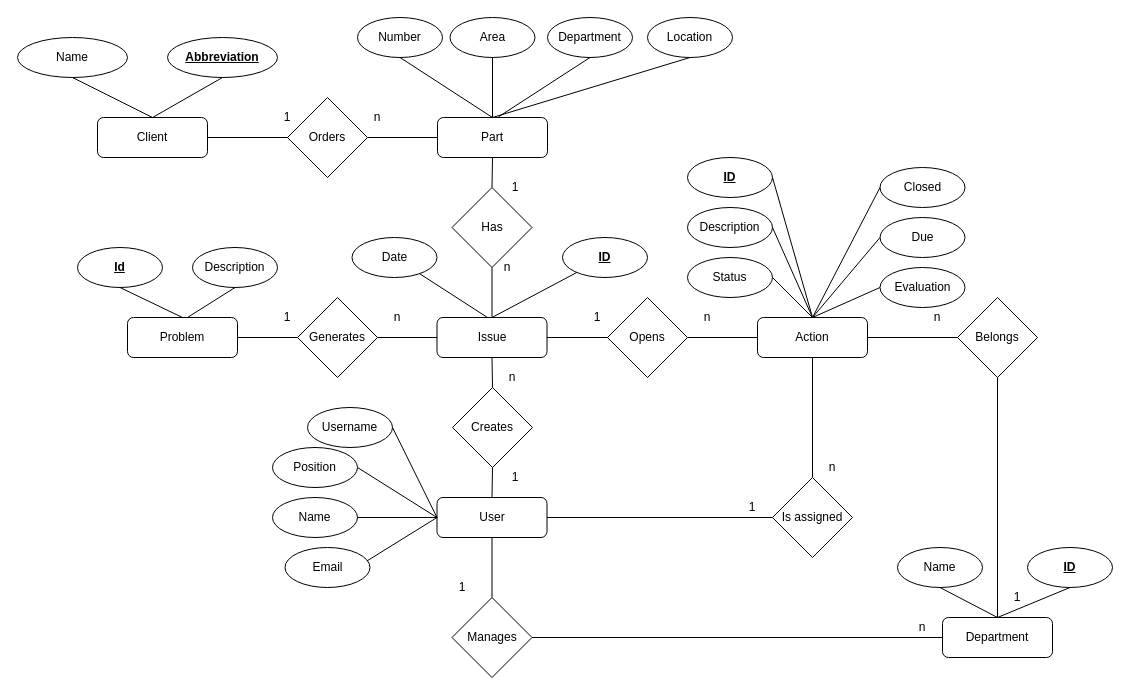
The draw.io diagram api/db/model/EntityRelationshipDiagram.drawio in FFahrenheit/ScrapActionListAPI, before the edit. Source tidied: cells renumbered, new cells numbered last; positions are measured from the earlier drawing's top-left corner, leaving out a move shared by most shapes. Both pictures are drawn from the tidied source at 100%, with x=0, y=0 at pixel (17, 17).
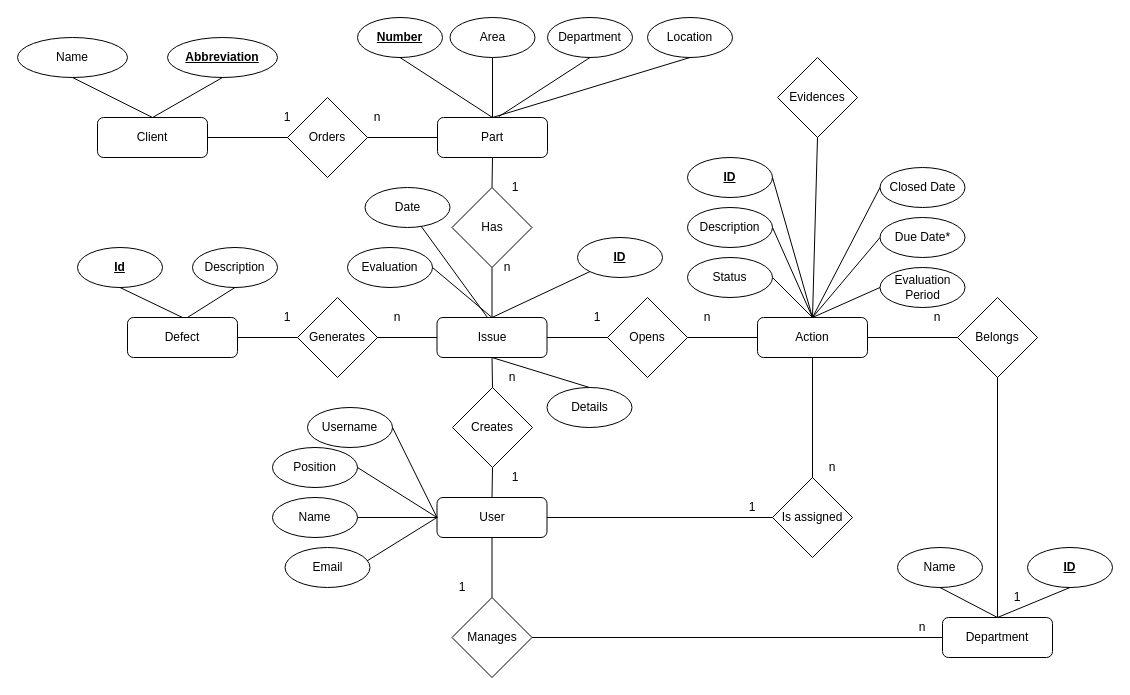
After the change.

Unchanged cells that the change refers to:
```xml
<mxCell id="22" value="Issue" style="rounded=1;whiteSpace=wrap;html=1;" parent="1" vertex="1">
  <mxGeometry x="419.5" y="300" width="110" height="40" as="geometry" />
</mxCell>
<mxCell id="52" value="Action" style="rounded=1;whiteSpace=wrap;html=1;" parent="1" vertex="1">
  <mxGeometry x="740" y="300" width="110" height="40" as="geometry" />
</mxCell>
```

Change to the diagram source:
```diff
@@
-    <mxCell id="13" value="Number" style="ellipse;whiteSpace=wrap;html=1;" parent="1" vertex="1">
+    <mxCell id="13" value="&lt;b&gt;&lt;u&gt;Number&lt;/u&gt;&lt;/b&gt;" style="ellipse;whiteSpace=wrap;html=1;" parent="1" vertex="1">
       <mxGeometry x="340" width="85" height="40" as="geometry" />
     </mxCell>
@@
-    <mxCell id="27" value="Problem" style="rounded=1;whiteSpace=wrap;html=1;" parent="1" vertex="1">
+    <mxCell id="27" value="Defect" style="rounded=1;whiteSpace=wrap;html=1;" parent="1" vertex="1">
       <mxGeometry x="110" y="300" width="110" height="40" as="geometry" />
     </mxCell>
@@
-    <mxCell id="73" value="Evaluation" style="ellipse;whiteSpace=wrap;html=1;" parent="1" vertex="1">
+    <mxCell id="73" value="Evaluation Period" style="ellipse;whiteSpace=wrap;html=1;" parent="1" vertex="1">
       <mxGeometry x="862.5" y="250" width="85" height="40" as="geometry" />
     </mxCell>
-    <mxCell id="74" value="Due" style="ellipse;whiteSpace=wrap;html=1;" parent="1" vertex="1">
+    <mxCell id="74" value="Due Date*" style="ellipse;whiteSpace=wrap;html=1;" parent="1" vertex="1">
       <mxGeometry x="862.5" y="200" width="85" height="40" as="geometry" />
     </mxCell>
@@
-    <mxCell id="77" value="Closed" style="ellipse;whiteSpace=wrap;html=1;" parent="1" vertex="1">
+    <mxCell id="77" value="Closed Date" style="ellipse;whiteSpace=wrap;html=1;" parent="1" vertex="1">
       <mxGeometry x="862.5" y="150" width="85" height="40" as="geometry" />
     </mxCell>
@@
     <mxCell id="83" value="&lt;b&gt;&lt;u&gt;ID&lt;/u&gt;&lt;/b&gt;" style="ellipse;whiteSpace=wrap;html=1;" parent="1" vertex="1">
-      <mxGeometry x="545" y="220" width="85" height="40" as="geometry" />
+      <mxGeometry x="560" y="220" width="85" height="40" as="geometry" />
     </mxCell>
@@
     <mxCell id="85" value="Date" style="ellipse;whiteSpace=wrap;html=1;" parent="1" vertex="1">
-      <mxGeometry x="334.5" y="220" width="85" height="40" as="geometry" />
+      <mxGeometry x="347.5" y="170" width="85" height="40" as="geometry" />
     </mxCell>
@@
+    <mxCell id="93" value="Details" style="ellipse;whiteSpace=wrap;html=1;" parent="1" vertex="1">
+      <mxGeometry x="529.5" y="370" width="85" height="40" as="geometry" />
+    </mxCell>
+    <mxCell id="94" style="endArrow=none;html=1;rounded=0;entryX=0.5;entryY=1;entryDx=0;entryDy=0;exitX=0.5;exitY=0;exitDx=0;exitDy=0;" parent="1" edge="1" source="93" target="22">
+      <mxGeometry relative="1" as="geometry" />
+    </mxCell>
+    <mxCell id="95" value="Evidences" style="rhombus;whiteSpace=wrap;html=1;" parent="1" vertex="1">
+      <mxGeometry x="760" y="40" width="80" height="80" as="geometry" />
+    </mxCell>
+    <mxCell id="96" style="endArrow=none;html=1;rounded=0;entryX=0.5;entryY=1;entryDx=0;entryDy=0;exitX=0.5;exitY=0;exitDx=0;exitDy=0;" parent="1" edge="1" source="52" target="95">
+      <mxGeometry relative="1" as="geometry" />
+    </mxCell>
+    <mxCell id="97" value="Evaluation" style="ellipse;whiteSpace=wrap;html=1;" parent="1" vertex="1">
+      <mxGeometry x="330" y="230" width="85" height="40" as="geometry" />
+    </mxCell>
+    <mxCell id="98" style="endArrow=none;html=1;rounded=0;entryX=1;entryY=0.5;entryDx=0;entryDy=0;exitX=0.5;exitY=0;exitDx=0;exitDy=0;" parent="1" edge="1" source="22" target="97">
+      <mxGeometry relative="1" as="geometry" />
+    </mxCell>
```
